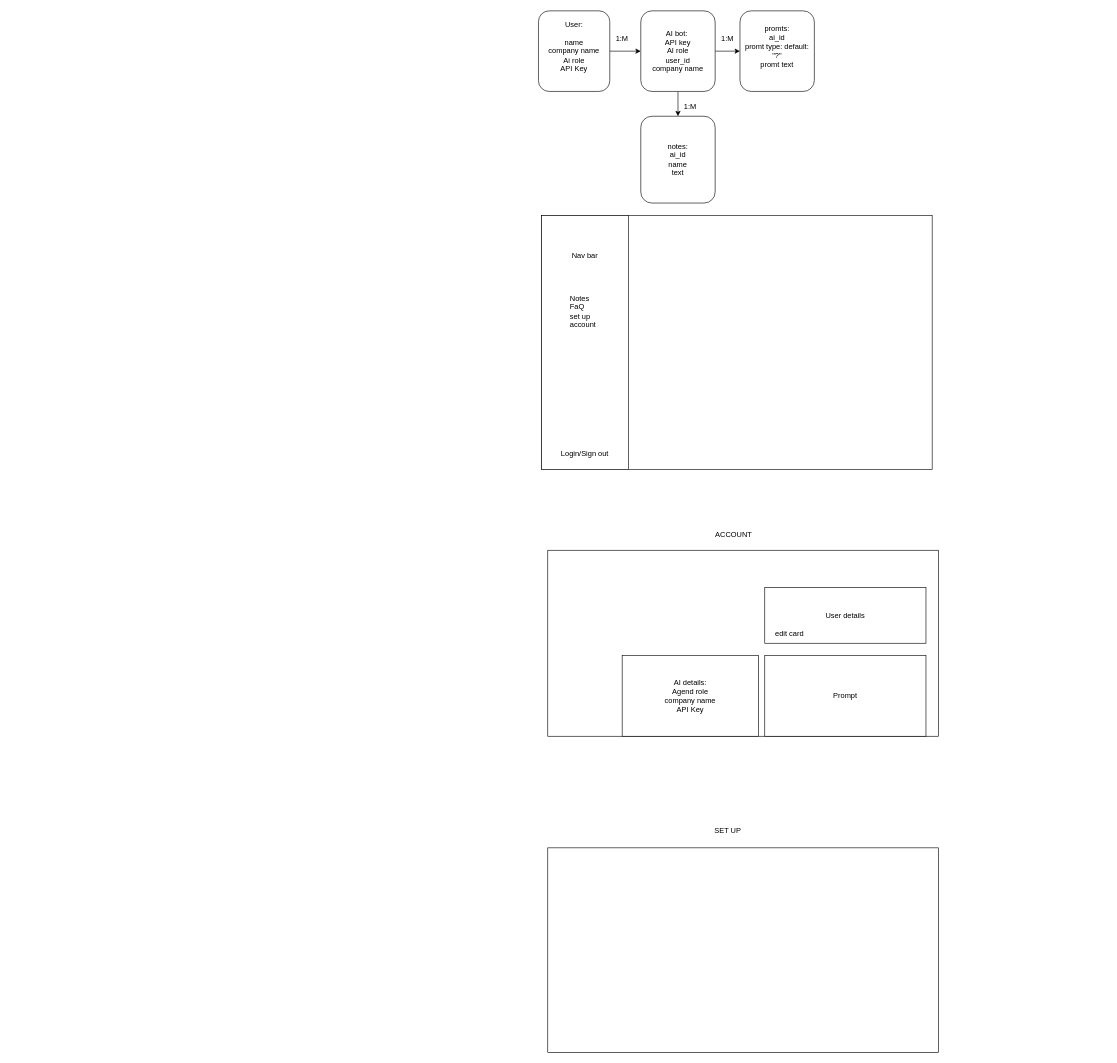
This is UI.drawio from bennysuf/AIssist, a draw.io file, before an edit. Source tidied: cells renumbered, new cells numbered last; positions are measured from the earlier drawing's top-left corner, leaving out a move shared by most shapes. Both pictures are drawn from the tidied source at 62%, with x=0, y=0 at pixel (538, 11).
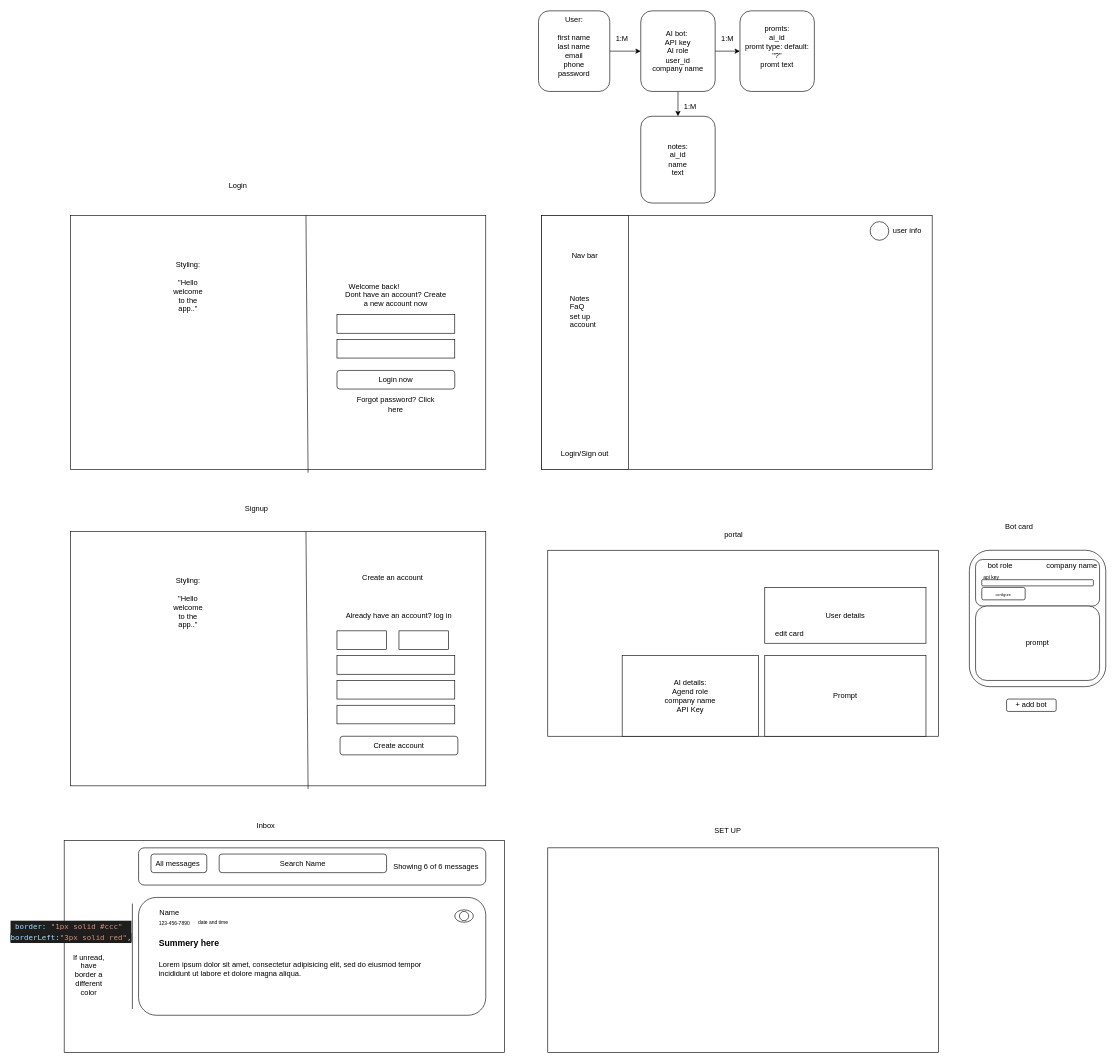
Above is the later version.

Commit message:
update pages and model columns

The change refers to these unchanged cells:
```xml
<mxCell id="4" style="group;" parent="1" vertex="1">
  <mxGeometry x="15" y="830" width="630" height="340" as="geometry" />
</mxCell>
<mxCell id="13" style="group;" parent="1" vertex="1">
  <mxGeometry x="5" y="330" width="630" height="410" as="geometry" />
</mxCell>
```

Change to the diagram source:
```diff
@@
-    <mxCell id="3" value="User:&lt;br&gt;&lt;br&gt;name&lt;br&gt;company name&lt;div&gt;Ai role&lt;br&gt;API Key&lt;br&gt;&lt;br&gt;&lt;/div&gt;" style="rounded=1;whiteSpace=wrap;html=1;" parent="1" vertex="1">
+    <mxCell id="3" value="User:&lt;br&gt;&lt;br&gt;&lt;div&gt;first name&lt;br&gt;last name&lt;br&gt;email&lt;br&gt;phone&lt;br&gt;password&lt;br&gt;&lt;br&gt;&lt;/div&gt;" style="rounded=1;whiteSpace=wrap;html=1;" parent="1" vertex="1">
       <mxGeometry width="115" height="130" as="geometry" />
     </mxCell>
@@
-    <mxCell id="12" value="ACCOUNT" style="text;html=1;align=center;verticalAlign=middle;whiteSpace=wrap;rounded=0;" parent="4" vertex="1">
+    <mxCell id="12" value="portal" style="text;html=1;align=center;verticalAlign=middle;whiteSpace=wrap;rounded=0;" parent="4" vertex="1">
       <mxGeometry x="270" width="60" height="30" as="geometry" />
     </mxCell>
@@
+    <mxCell id="29" style="ellipse;whiteSpace=wrap;html=1;" parent="13" vertex="1">
+      <mxGeometry x="530" y="10" width="30" height="30" as="geometry" />
+    </mxCell>
+    <mxCell id="30" value="user info" style="text;html=1;align=center;verticalAlign=middle;whiteSpace=wrap;rounded=0;" parent="13" vertex="1">
+      <mxGeometry x="560" y="10" width="60" height="30" as="geometry" />
+    </mxCell>
@@
+    <mxCell id="31" style="rounded=0;whiteSpace=wrap;html=1;" parent="1" vertex="1">
+      <mxGeometry x="-755" y="330" width="670" height="410" as="geometry" />
+    </mxCell>
+    <mxCell id="32" value="Login" style="text;html=1;align=center;verticalAlign=middle;strokeColor=none;fillColor=none;" parent="1" vertex="1">
+      <mxGeometry x="-510" y="268" width="50" height="30" as="geometry" />
+    </mxCell>
+    <mxCell id="33" style="endArrow=none;html=1;entryX=0.673;entryY=-0.002;entryDx=0;entryDy=0;entryPerimeter=0;exitX=0.678;exitY=1.01;exitDx=0;exitDy=0;exitPerimeter=0;" parent="1" edge="1">
+      <mxGeometry relative="1" as="geometry">
+        <mxPoint x="-371.6" y="744.9" as="sourcePoint" />
+        <mxPoint x="-375" y="330" as="targetPoint" />
+      </mxGeometry>
+    </mxCell>
+    <mxCell id="34" value="Styling:&lt;br&gt;&lt;br&gt;&quot;Hello welcome to the app..&quot;" style="text;html=1;align=center;verticalAlign=middle;whiteSpace=wrap;rounded=0;" parent="1" vertex="1">
+      <mxGeometry x="-595" y="430" width="60" height="30" as="geometry" />
+    </mxCell>
+    <mxCell id="35" value="Welcome back!" style="text;html=1;align=center;verticalAlign=middle;whiteSpace=wrap;rounded=0;" parent="1" vertex="1">
+      <mxGeometry x="-335" y="430" width="140" height="30" as="geometry" />
+    </mxCell>
+    <mxCell id="36" value="Dont have an account? Create a new account now" style="text;html=1;align=center;verticalAlign=middle;whiteSpace=wrap;rounded=0;" parent="1" vertex="1">
+      <mxGeometry x="-315" y="450" width="170" height="30" as="geometry" />
+    </mxCell>
+    <mxCell id="37" style="rounded=0;whiteSpace=wrap;html=1;" parent="1" vertex="1">
+      <mxGeometry x="-325" y="490" width="190" height="30" as="geometry" />
+    </mxCell>
+    <mxCell id="38" style="rounded=0;whiteSpace=wrap;html=1;" parent="1" vertex="1">
+      <mxGeometry x="-325" y="530" width="190" height="30" as="geometry" />
+    </mxCell>
+    <mxCell id="39" value="Login now" style="rounded=1;whiteSpace=wrap;html=1;" parent="1" vertex="1">
+      <mxGeometry x="-325" y="580" width="190" height="30" as="geometry" />
+    </mxCell>
+    <mxCell id="40" value="Forgot password? Click here" style="text;html=1;align=center;verticalAlign=middle;whiteSpace=wrap;rounded=0;" parent="1" vertex="1">
+      <mxGeometry x="-305" y="620" width="150" height="30" as="geometry" />
+    </mxCell>
+    <mxCell id="41" style="rounded=0;whiteSpace=wrap;html=1;" parent="1" vertex="1">
+      <mxGeometry x="-755" y="840" width="670" height="410" as="geometry" />
+    </mxCell>
+    <mxCell id="42" style="endArrow=none;html=1;entryX=0.673;entryY=-0.002;entryDx=0;entryDy=0;entryPerimeter=0;exitX=0.678;exitY=1.01;exitDx=0;exitDy=0;exitPerimeter=0;" parent="1" edge="1">
+      <mxGeometry relative="1" as="geometry">
+        <mxPoint x="-371.6" y="1254.9" as="sourcePoint" />
+        <mxPoint x="-375" y="840" as="targetPoint" />
+      </mxGeometry>
+    </mxCell>
+    <mxCell id="43" value="Styling:&lt;br&gt;&lt;br&gt;&quot;Hello welcome to the app..&quot;" style="text;html=1;align=center;verticalAlign=middle;whiteSpace=wrap;rounded=0;" parent="1" vertex="1">
+      <mxGeometry x="-595" y="940" width="60" height="30" as="geometry" />
+    </mxCell>
+    <mxCell id="44" value="Create an account" style="text;html=1;align=center;verticalAlign=middle;whiteSpace=wrap;rounded=0;" parent="1" vertex="1">
+      <mxGeometry x="-305" y="900" width="140" height="30" as="geometry" />
+    </mxCell>
+    <mxCell id="45" value="Already have an account? log in" style="text;html=1;align=center;verticalAlign=middle;whiteSpace=wrap;rounded=0;" parent="1" vertex="1">
+      <mxGeometry x="-315" y="960" width="180" height="30" as="geometry" />
+    </mxCell>
+    <mxCell id="46" style="rounded=0;whiteSpace=wrap;html=1;" parent="1" vertex="1">
+      <mxGeometry x="-325" y="1000" width="80" height="30" as="geometry" />
+    </mxCell>
+    <mxCell id="47" style="rounded=0;whiteSpace=wrap;html=1;" parent="1" vertex="1">
+      <mxGeometry x="-325" y="1040" width="190" height="30" as="geometry" />
+    </mxCell>
+    <mxCell id="48" value="Create account" style="rounded=1;whiteSpace=wrap;html=1;" parent="1" vertex="1">
+      <mxGeometry x="-320" y="1170" width="190" height="30" as="geometry" />
+    </mxCell>
+    <mxCell id="49" value="Signup" style="text;html=1;align=center;verticalAlign=middle;strokeColor=none;fillColor=none;" parent="1" vertex="1">
+      <mxGeometry x="-485" y="788" width="60" height="30" as="geometry" />
+    </mxCell>
+    <mxCell id="50" style="rounded=0;whiteSpace=wrap;html=1;" parent="1" vertex="1">
+      <mxGeometry x="-225" y="1000" width="80" height="30" as="geometry" />
+    </mxCell>
+    <mxCell id="51" style="rounded=0;whiteSpace=wrap;html=1;" parent="1" vertex="1">
+      <mxGeometry x="-325" y="1080" width="190" height="30" as="geometry" />
+    </mxCell>
+    <mxCell id="52" style="rounded=0;whiteSpace=wrap;html=1;" parent="1" vertex="1">
+      <mxGeometry x="-325" y="1120" width="190" height="30" as="geometry" />
+    </mxCell>
+    <mxCell id="53" style="rounded=1;whiteSpace=wrap;html=1;" parent="1" vertex="1">
+      <mxGeometry x="695" y="870" width="220" height="220" as="geometry" />
+    </mxCell>
+    <mxCell id="54" value="Bot card" style="text;html=1;align=center;verticalAlign=middle;strokeColor=none;fillColor=none;" parent="1" vertex="1">
+      <mxGeometry x="740" y="818" width="70" height="30" as="geometry" />
+    </mxCell>
+    <mxCell id="55" style="rounded=1;whiteSpace=wrap;html=1;" parent="1" vertex="1">
+      <mxGeometry x="705" y="885" width="200" height="75" as="geometry" />
+    </mxCell>
+    <mxCell id="56" style="rounded=1;whiteSpace=wrap;html=1;" parent="1" vertex="1">
+      <mxGeometry x="715" y="917.5" width="180" height="10" as="geometry" />
+    </mxCell>
+    <mxCell id="57" value="bot role" style="text;html=1;align=center;verticalAlign=middle;whiteSpace=wrap;rounded=0;" parent="1" vertex="1">
+      <mxGeometry x="715" y="880" width="60" height="30" as="geometry" />
+    </mxCell>
+    <mxCell id="58" value="company name" style="text;html=1;align=center;verticalAlign=middle;strokeColor=none;fillColor=none;" parent="1" vertex="1">
+      <mxGeometry x="805" y="880" width="110" height="30" as="geometry" />
+    </mxCell>
+    <mxCell id="59" value="&lt;font style=&quot;font-size: 8px;&quot;&gt;api key&lt;/font&gt;" style="text;html=1;align=center;verticalAlign=middle;strokeColor=none;fillColor=none;" parent="1" vertex="1">
+      <mxGeometry x="705" y="897.5" width="50" height="30" as="geometry" />
+    </mxCell>
+    <mxCell id="60" value="&lt;font style=&quot;font-size: 6px;&quot;&gt;configure&lt;/font&gt;" style="rounded=1;whiteSpace=wrap;html=1;" parent="1" vertex="1">
+      <mxGeometry x="715" y="930" width="70" height="20" as="geometry" />
+    </mxCell>
+    <mxCell id="61" value="prompt" style="rounded=1;whiteSpace=wrap;html=1;" parent="1" vertex="1">
+      <mxGeometry x="705" y="960" width="200" height="120" as="geometry" />
+    </mxCell>
+    <mxCell id="62" value="+ add bot" style="rounded=1;whiteSpace=wrap;html=1;" parent="1" vertex="1">
+      <mxGeometry x="755" y="1110" width="80" height="20" as="geometry" />
+    </mxCell>
+    <mxCell id="63" style="rounded=0;whiteSpace=wrap;html=1;" parent="1" vertex="1">
+      <mxGeometry x="-765" y="1338" width="710" height="342" as="geometry" />
+    </mxCell>
+    <mxCell id="64" value="Inbox" style="text;html=1;align=center;verticalAlign=middle;strokeColor=none;fillColor=none;" parent="1" vertex="1">
+      <mxGeometry x="-465" y="1300" width="50" height="30" as="geometry" />
+    </mxCell>
+    <mxCell id="65" style="rounded=1;whiteSpace=wrap;html=1;" parent="1" vertex="1">
+      <mxGeometry x="-645" y="1350" width="560" height="60" as="geometry" />
+    </mxCell>
+    <mxCell id="66" value="All messages&amp;nbsp;" style="rounded=1;whiteSpace=wrap;html=1;" parent="1" vertex="1">
+      <mxGeometry x="-625" y="1360" width="90" height="30" as="geometry" />
+    </mxCell>
+    <mxCell id="67" value="Search Name" style="rounded=1;whiteSpace=wrap;html=1;" parent="1" vertex="1">
+      <mxGeometry x="-515" y="1360" width="270" height="30" as="geometry" />
+    </mxCell>
+    <mxCell id="68" value="Showing 6 of 6 messages" style="text;html=1;align=center;verticalAlign=middle;whiteSpace=wrap;rounded=0;" parent="1" vertex="1">
+      <mxGeometry x="-265" y="1365" width="200" height="30" as="geometry" />
+    </mxCell>
+    <mxCell id="69" style="rounded=1;whiteSpace=wrap;html=1;" parent="1" vertex="1">
+      <mxGeometry x="-645" y="1430" width="560" height="190" as="geometry" />
+    </mxCell>
+    <mxCell id="70" value="Name" style="text;html=1;align=center;verticalAlign=middle;whiteSpace=wrap;rounded=0;" parent="1" vertex="1">
+      <mxGeometry x="-625" y="1440" width="60" height="30" as="geometry" />
+    </mxCell>
+    <mxCell id="71" value="&lt;font style=&quot;font-size: 8px;&quot;&gt;date and time&lt;/font&gt;" style="text;html=1;align=center;verticalAlign=middle;whiteSpace=wrap;rounded=0;" parent="1" vertex="1">
+      <mxGeometry x="-550" y="1455" width="51" height="30" as="geometry" />
+    </mxCell>
+    <mxCell id="72" value="&lt;font style=&quot;font-size: 8px;&quot;&gt;123-456-7890&lt;/font&gt;" style="text;html=1;align=center;verticalAlign=middle;whiteSpace=wrap;rounded=0;" parent="1" vertex="1">
+      <mxGeometry x="-632" y="1456" width="90" height="30" as="geometry" />
+    </mxCell>
+    <mxCell id="73" value="&lt;h1 style=&quot;margin-top: 0px;&quot;&gt;&lt;font style=&quot;font-size: 14px;&quot;&gt;Summery here&lt;/font&gt;&lt;/h1&gt;&lt;p&gt;Lorem ipsum dolor sit amet, consectetur adipisicing elit, sed do eiusmod tempor incididunt ut labore et dolore magna aliqua.&lt;/p&gt;" style="text;html=1;whiteSpace=wrap;overflow=hidden;rounded=0;" parent="1" vertex="1">
+      <mxGeometry x="-614.5" y="1480" width="459.5" height="120" as="geometry" />
+    </mxCell>
+    <mxCell id="74" style="ellipse;whiteSpace=wrap;html=1;" parent="1" vertex="1">
+      <mxGeometry x="-135" y="1450" width="30" height="20" as="geometry" />
+    </mxCell>
+    <mxCell id="75" style="ellipse;whiteSpace=wrap;html=1;" parent="1" vertex="1">
+      <mxGeometry x="-127.5" y="1452.5" width="15" height="15" as="geometry" />
+    </mxCell>
+    <mxCell id="76" style="endArrow=none;html=1;exitX=0.155;exitY=0.795;exitDx=0;exitDy=0;exitPerimeter=0;" parent="1" edge="1" source="63">
+      <mxGeometry relative="1" as="geometry">
+        <mxPoint x="-655" y="1440" as="targetPoint" />
+      </mxGeometry>
+    </mxCell>
+    <mxCell id="77" value="&lt;div style=&quot;background-color: rgb(30, 30, 30); font-family: Menlo, Monaco, &amp;quot;Courier New&amp;quot;, monospace; line-height: 18px; white-space: pre; color: rgb(212, 212, 212);&quot;&gt;&lt;div style=&quot;&quot;&gt;&lt;span style=&quot;color: rgb(156, 220, 254);&quot;&gt;border&lt;/span&gt;&lt;span style=&quot;color: rgb(156, 220, 254);&quot;&gt;:&lt;/span&gt;&lt;span style=&quot;color: rgb(212, 212, 212);&quot;&gt; &lt;/span&gt;&lt;span style=&quot;color: rgb(206, 145, 120);&quot;&gt;&quot;1px solid #ccc&quot;&lt;/span&gt;&lt;span style=&quot;color: rgb(206, 145, 120);&quot;&gt;&lt;font color=&quot;#d4d4d4&quot;&gt; &lt;br/&gt;&lt;/font&gt;&lt;/span&gt;&lt;span style=&quot;background-color: light-dark(rgb(30, 30, 30), rgb(211, 211, 211)); color: rgb(156, 220, 254);&quot;&gt;borderLeft&lt;/span&gt;&lt;span style=&quot;background-color: light-dark(rgb(30, 30, 30), rgb(211, 211, 211)); color: rgb(156, 220, 254);&quot;&gt;:&lt;/span&gt;&lt;span style=&quot;background-color: light-dark(rgb(30, 30, 30), rgb(211, 211, 211)); color: rgb(206, 145, 120);&quot;&gt;&quot;3px solid red&quot;&lt;/span&gt;&lt;span style=&quot;background-color: light-dark(rgb(30, 30, 30), rgb(211, 211, 211)); color: rgb(212, 212, 212);&quot;&gt;,&lt;/span&gt;&lt;/div&gt;&lt;/div&gt;" style="text;html=1;align=center;verticalAlign=middle;whiteSpace=wrap;rounded=0;" parent="1" vertex="1">
+      <mxGeometry x="-775" y="1470" width="43" height="30" as="geometry" />
+    </mxCell>
+    <mxCell id="78" value="If unread, have border a different color" style="text;html=1;align=center;verticalAlign=middle;whiteSpace=wrap;rounded=0;" parent="1" vertex="1">
+      <mxGeometry x="-755" y="1540" width="60" height="30" as="geometry" />
+    </mxCell>
```
